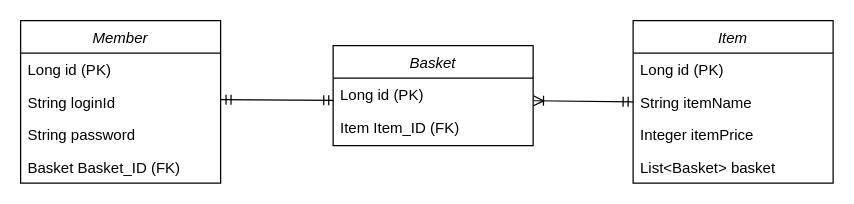
SeolYoungKim/my_first_web_site keeps this draw.io diagram as memberBasketItem.drawio. Above is the earlier version. Source tidied: cells renumbered, new cells numbered last; positions are measured from the earlier drawing's top-left corner, leaving out a move shared by most shapes. Both pictures are drawn from the tidied source at 125%, with x=0, y=0 at pixel (20, 20).
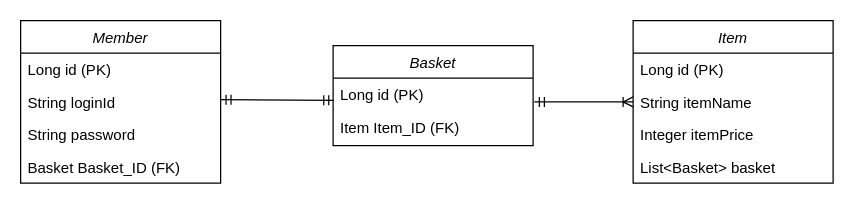
The same page after the edit.

Commit message:
관계도 수저ㅗㅇ

What changed in the source:
```diff
@@
 <mxGraphModel>
   <root>
     <mxCell id="0" />
     <mxCell id="1" parent="0" />
     <mxCell id="2" value="Member" style="swimlane;fontStyle=2;align=center;verticalAlign=top;horizontal=1;startSize=26;rounded=0;shadow=0;strokeWidth=1;" parent="1" vertex="1">
       <mxGeometry width="160" height="130" as="geometry" />
     </mxCell>
     <mxCell id="3" value="Long id (PK)" style="text;align=left;verticalAlign=top;spacingLeft=4;spacingRight=4;overflow=hidden;" parent="2" vertex="1">
       <mxGeometry y="26" width="160" height="26" as="geometry" />
     </mxCell>
     <mxCell id="4" value="String loginId" style="text;align=left;verticalAlign=top;spacingLeft=4;spacingRight=4;overflow=hidden;points=[[0,0.5],[1,0.5]];portConstraint=eastwest;rounded=0;shadow=0;html=0;" parent="2" vertex="1">
       <mxGeometry y="52" width="160" height="26" as="geometry" />
     </mxCell>
     <mxCell id="5" value="String password" style="text;align=left;verticalAlign=top;spacingLeft=4;spacingRight=4;overflow=hidden;rounded=0;shadow=0;html=0;" parent="2" vertex="1">
       <mxGeometry y="78" width="160" height="26" as="geometry" />
     </mxCell>
     <mxCell id="6" value="Basket Basket_ID (FK)" style="text;align=left;verticalAlign=top;spacingLeft=4;spacingRight=4;overflow=hidden;rounded=0;shadow=0;html=0;" parent="2" vertex="1">
       <mxGeometry y="104" width="160" height="26" as="geometry" />
     </mxCell>
     <mxCell id="7" value="Basket" style="swimlane;fontStyle=2;align=center;verticalAlign=top;horizontal=1;startSize=26;rounded=0;shadow=0;strokeWidth=1;" parent="1" vertex="1">
       <mxGeometry x="250" y="20" width="160" height="80" as="geometry" />
     </mxCell>
     <mxCell id="8" value="Long id (PK)" style="text;align=left;verticalAlign=top;spacingLeft=4;spacingRight=4;overflow=hidden;" parent="7" vertex="1">
       <mxGeometry y="26" width="160" height="26" as="geometry" />
     </mxCell>
     <mxCell id="9" value="Item Item_ID (FK)" style="text;align=left;verticalAlign=top;spacingLeft=4;spacingRight=4;overflow=hidden;rounded=0;shadow=0;html=0;" parent="7" vertex="1">
       <mxGeometry y="52" width="160" height="26" as="geometry" />
     </mxCell>
     <mxCell id="10" style="fontSize=12;html=1;endArrow=ERmandOne;startArrow=ERmandOne;rounded=0;jumpSize=10;entryX=0.003;entryY=0.423;entryDx=0;entryDy=0;exitX=1.002;exitY=0.434;exitDx=0;exitDy=0;entryPerimeter=0;exitPerimeter=0;" parent="1" edge="1" source="4">
       <mxGeometry relative="1" as="geometry">
         <mxPoint x="250.5" y="63.8" as="targetPoint" />
       </mxGeometry>
     </mxCell>
     <mxCell id="11" value="Item" style="swimlane;fontStyle=2;align=center;verticalAlign=top;horizontal=1;startSize=26;rounded=0;shadow=0;strokeWidth=1;" parent="1" vertex="1">
       <mxGeometry x="490" width="160" height="130" as="geometry" />
     </mxCell>
     <mxCell id="12" value="Long id (PK)" style="text;align=left;verticalAlign=top;spacingLeft=4;spacingRight=4;overflow=hidden;" parent="11" vertex="1">
       <mxGeometry y="26" width="160" height="26" as="geometry" />
     </mxCell>
     <mxCell id="13" value="String itemName" style="text;align=left;verticalAlign=top;spacingLeft=4;spacingRight=4;overflow=hidden;points=[[0,0.5],[1,0.5]];portConstraint=eastwest;rounded=0;shadow=0;html=0;" parent="11" vertex="1">
       <mxGeometry y="52" width="160" height="26" as="geometry" />
     </mxCell>
     <mxCell id="14" value="Integer itemPrice" style="text;align=left;verticalAlign=top;spacingLeft=4;spacingRight=4;overflow=hidden;rounded=0;shadow=0;html=0;" parent="11" vertex="1">
       <mxGeometry y="78" width="160" height="26" as="geometry" />
     </mxCell>
     <mxCell id="15" value="List&lt;Basket&gt; basket" style="text;align=left;verticalAlign=top;spacingLeft=4;spacingRight=4;overflow=hidden;rounded=0;shadow=0;html=0;" parent="11" vertex="1">
       <mxGeometry y="104" width="160" height="26" as="geometry" />
     </mxCell>
-    <mxCell id="16" style="fontSize=12;html=1;endArrow=ERoneToMany;startArrow=ERmandOne;rounded=0;jumpSize=10;exitX=0;exitY=0.5;exitDx=0;exitDy=0;entryX=1.002;entryY=0.432;entryDx=0;entryDy=0;entryPerimeter=0;" parent="1" edge="1" source="13">
+    <mxCell id="16" style="fontSize=12;html=1;endArrow=ERoneToMany;startArrow=ERmandOne;rounded=0;jumpSize=10;entryX=0;entryY=0.5;entryDx=0;entryDy=0;" parent="1" edge="1" target="13">
       <mxGeometry relative="1" as="geometry">
-        <mxPoint x="410.3" y="64.1" as="targetPoint" />
+        <mxPoint x="411" y="65" as="sourcePoint" />
       </mxGeometry>
     </mxCell>
   </root>
 </mxGraphModel>
```
